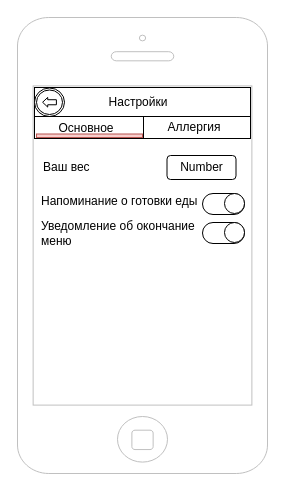
Before: page "Page-3" (4 of 7) of Untitled Diagram.drawio in Sans321/jojo, a draw.io diagram. Source tidied: cells renumbered, new cells numbered last; positions are measured from the earlier drawing's top-left corner, leaving out a move shared by most shapes. Both pictures are drawn from the tidied source at 100%, with x=0, y=0 at pixel (17, 17).
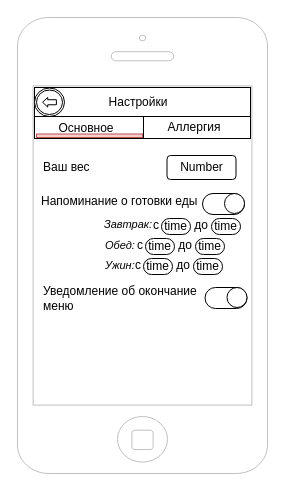
After the change.

Change to the diagram source:
```diff
@@
     <mxCell id="14" value="Уведомление об окончание меню" style="text;html=1;strokeColor=none;fillColor=none;align=left;verticalAlign=middle;whiteSpace=wrap;rounded=0;" parent="1" vertex="1">
-      <mxGeometry x="21.5" y="199" width="156.5" height="33" as="geometry" />
+      <mxGeometry x="24" y="264" width="156.5" height="33" as="geometry" />
     </mxCell>
@@
     <mxCell id="18" style="rounded=1;whiteSpace=wrap;html=1;arcSize=50;" parent="1" vertex="1">
-      <mxGeometry x="185" y="205" width="42" height="21" as="geometry" />
+      <mxGeometry x="187.5" y="270" width="42" height="21" as="geometry" />
     </mxCell>
     <mxCell id="19" style="ellipse;whiteSpace=wrap;html=1;" parent="1" vertex="1">
-      <mxGeometry x="207" y="205" width="20" height="20" as="geometry" />
+      <mxGeometry x="209.5" y="270" width="20" height="20" as="geometry" />
     </mxCell>
+    <mxCell id="20" value="&lt;span style=&quot;font-size: 11px&quot;&gt;&lt;i&gt;Завтрак:&lt;/i&gt;&lt;/span&gt;" style="text;html=1;strokeColor=none;fillColor=none;align=left;verticalAlign=middle;whiteSpace=wrap;rounded=0;" parent="1" vertex="1">
+      <mxGeometry x="85" y="197" width="55" height="20" as="geometry" />
+    </mxCell>
+    <mxCell id="21" value="&lt;span style=&quot;font-size: 11px&quot;&gt;&lt;i&gt;Обед:&lt;/i&gt;&lt;/span&gt;" style="text;html=1;strokeColor=none;fillColor=none;align=left;verticalAlign=middle;whiteSpace=wrap;rounded=0;" parent="1" vertex="1">
+      <mxGeometry x="86" y="218" width="55" height="20" as="geometry" />
+    </mxCell>
+    <mxCell id="22" value="&lt;span style=&quot;font-size: 11px&quot;&gt;&lt;i&gt;Ужин:&lt;/i&gt;&lt;/span&gt;" style="text;html=1;strokeColor=none;fillColor=none;align=left;verticalAlign=middle;whiteSpace=wrap;rounded=0;" parent="1" vertex="1">
+      <mxGeometry x="86" y="238" width="55" height="20" as="geometry" />
+    </mxCell>
+    <mxCell id="23" value="&lt;span&gt;time&lt;/span&gt;" style="rounded=1;whiteSpace=wrap;html=1;strokeColor=#000000;arcSize=50;" parent="1" vertex="1">
+      <mxGeometry x="144" y="201" width="29" height="16" as="geometry" />
+    </mxCell>
+    <mxCell id="24" value="time" style="rounded=1;whiteSpace=wrap;html=1;strokeColor=#000000;arcSize=50;" parent="1" vertex="1">
+      <mxGeometry x="194" y="201" width="29" height="16" as="geometry" />
+    </mxCell>
+    <mxCell id="25" value="с" style="text;html=1;strokeColor=none;fillColor=none;align=center;verticalAlign=middle;whiteSpace=wrap;rounded=0;" parent="1" vertex="1">
+      <mxGeometry x="119" y="198" width="40" height="20" as="geometry" />
+    </mxCell>
+    <mxCell id="26" value="до" style="text;html=1;strokeColor=none;fillColor=none;align=center;verticalAlign=middle;whiteSpace=wrap;rounded=0;" parent="1" vertex="1">
+      <mxGeometry x="164" y="198" width="40" height="20" as="geometry" />
+    </mxCell>
+    <mxCell id="27" value="&lt;span&gt;time&lt;/span&gt;" style="rounded=1;whiteSpace=wrap;html=1;strokeColor=#000000;arcSize=50;" parent="1" vertex="1">
+      <mxGeometry x="128" y="221" width="29" height="16" as="geometry" />
+    </mxCell>
+    <mxCell id="28" value="time" style="rounded=1;whiteSpace=wrap;html=1;strokeColor=#000000;arcSize=50;" parent="1" vertex="1">
+      <mxGeometry x="178" y="221" width="29" height="16" as="geometry" />
+    </mxCell>
+    <mxCell id="29" value="с" style="text;html=1;strokeColor=none;fillColor=none;align=center;verticalAlign=middle;whiteSpace=wrap;rounded=0;" parent="1" vertex="1">
+      <mxGeometry x="103" y="218" width="40" height="20" as="geometry" />
+    </mxCell>
+    <mxCell id="30" value="до" style="text;html=1;strokeColor=none;fillColor=none;align=center;verticalAlign=middle;whiteSpace=wrap;rounded=0;" parent="1" vertex="1">
+      <mxGeometry x="148" y="218" width="40" height="20" as="geometry" />
+    </mxCell>
+    <mxCell id="31" value="&lt;span&gt;time&lt;/span&gt;" style="rounded=1;whiteSpace=wrap;html=1;strokeColor=#000000;arcSize=50;" parent="1" vertex="1">
+      <mxGeometry x="126" y="241" width="29" height="16" as="geometry" />
+    </mxCell>
+    <mxCell id="32" value="time" style="rounded=1;whiteSpace=wrap;html=1;strokeColor=#000000;arcSize=50;" parent="1" vertex="1">
+      <mxGeometry x="176" y="241" width="29" height="16" as="geometry" />
+    </mxCell>
+    <mxCell id="33" value="с" style="text;html=1;strokeColor=none;fillColor=none;align=center;verticalAlign=middle;whiteSpace=wrap;rounded=0;" parent="1" vertex="1">
+      <mxGeometry x="101" y="238" width="40" height="20" as="geometry" />
+    </mxCell>
+    <mxCell id="34" value="до" style="text;html=1;strokeColor=none;fillColor=none;align=center;verticalAlign=middle;whiteSpace=wrap;rounded=0;" parent="1" vertex="1">
+      <mxGeometry x="146" y="238" width="40" height="20" as="geometry" />
+    </mxCell>
```
